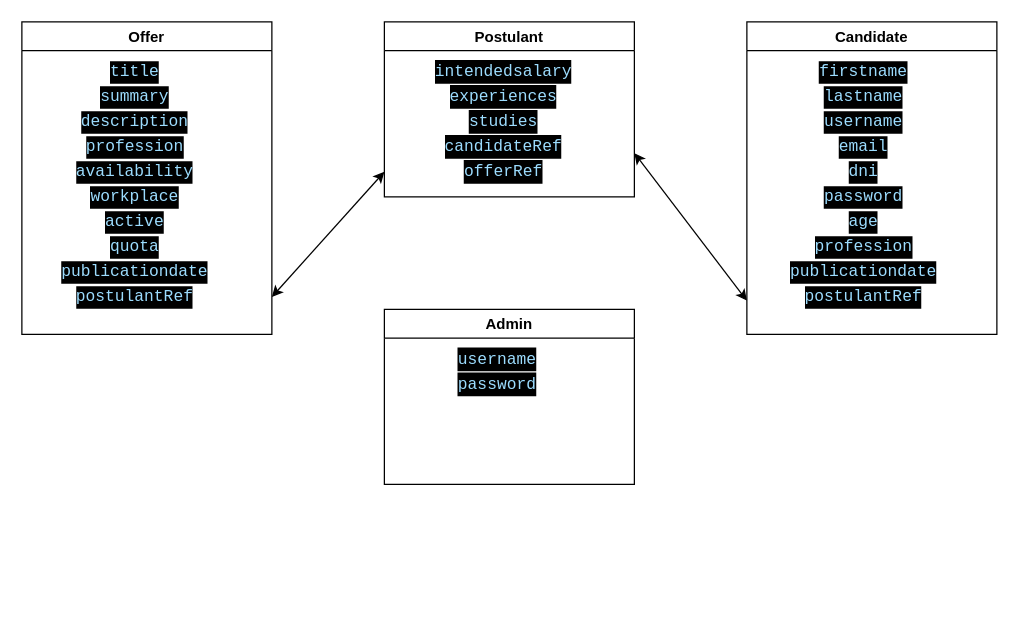
gcpadilla/rc-fullstack-8d-final-jobs keeps this draw.io diagram as backend/models.drawio. Above is the earlier version. Source tidied: cells renumbered, new cells numbered last; positions are measured from the earlier drawing's top-left corner, leaving out a move shared by most shapes. Both pictures are drawn from the tidied source at 125%, with x=0, y=0 at pixel (21, 21).
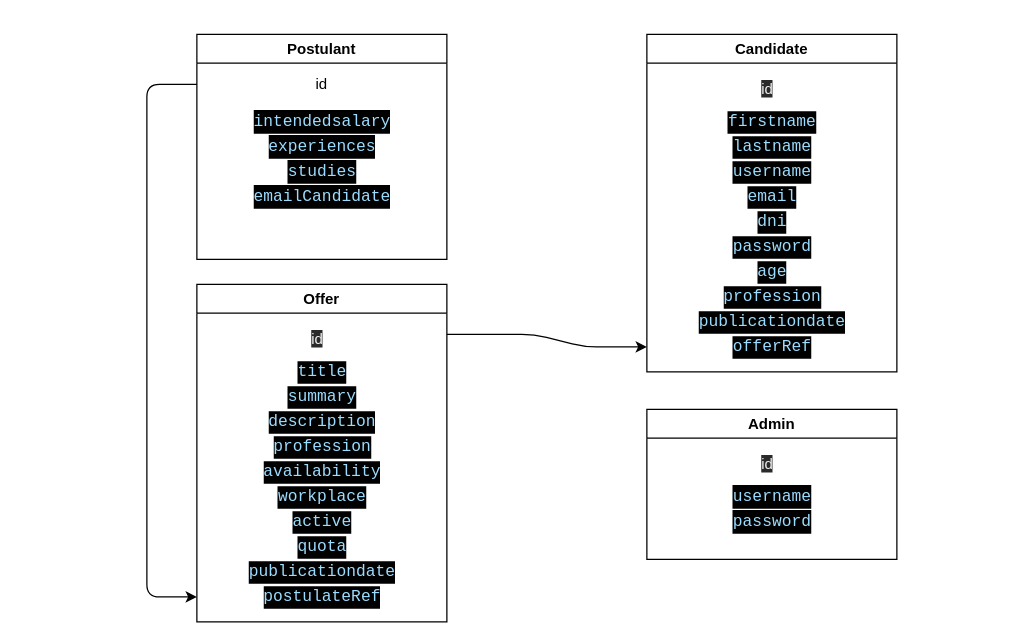
The same diagram, later.

The edit, as a diff of the source:
```diff
@@
     <mxCell id="2" value="Offer" style="swimlane;" parent="1" vertex="1">
-      <mxGeometry width="200" height="250" as="geometry" />
+      <mxGeometry x="140" y="210" width="200" height="270" as="geometry" />
     </mxCell>
     <mxCell id="3" value="&lt;div style=&quot;color: rgb(255 , 255 , 255) ; background-color: rgb(0 , 0 , 0) ; font-family: &amp;#34;fira code retina&amp;#34; , &amp;#34;consolas&amp;#34; , &amp;#34;courier new&amp;#34; , monospace ; font-size: 13px ; line-height: 18px&quot;&gt;&lt;span style=&quot;color: #9cdcfe&quot;&gt;summary&lt;/span&gt;&lt;/div&gt;" style="text;html=1;align=center;verticalAlign=middle;" parent="2" vertex="1">
-      <mxGeometry x="55" y="50" width="70" height="20" as="geometry" />
+      <mxGeometry x="65" y="80" width="70" height="20" as="geometry" />
     </mxCell>
     <mxCell id="4" value="&lt;div style=&quot;color: rgb(255 , 255 , 255) ; background-color: rgb(0 , 0 , 0) ; font-family: &amp;#34;fira code retina&amp;#34; , &amp;#34;consolas&amp;#34; , &amp;#34;courier new&amp;#34; , monospace ; font-size: 13px ; line-height: 18px&quot;&gt;&lt;span style=&quot;color: #9cdcfe&quot;&gt;description&lt;/span&gt;&lt;/div&gt;" style="text;html=1;align=center;verticalAlign=middle;" parent="2" vertex="1">
-      <mxGeometry x="40" y="70" width="100" height="20" as="geometry" />
+      <mxGeometry x="50" y="100" width="100" height="20" as="geometry" />
     </mxCell>
     <mxCell id="5" value="&lt;div style=&quot;color: rgb(255 , 255 , 255) ; background-color: rgb(0 , 0 , 0) ; font-family: &amp;#34;fira code retina&amp;#34; , &amp;#34;consolas&amp;#34; , &amp;#34;courier new&amp;#34; , monospace ; font-size: 13px ; line-height: 18px&quot;&gt;&lt;span style=&quot;color: #9cdcfe&quot;&gt;title&lt;/span&gt;&lt;/div&gt;" style="text;html=1;align=center;verticalAlign=middle;" parent="2" vertex="1">
-      <mxGeometry x="60" y="30" width="60" height="20" as="geometry" />
+      <mxGeometry x="70" y="60" width="60" height="20" as="geometry" />
     </mxCell>
     <mxCell id="6" value="&lt;div style=&quot;color: rgb(255 , 255 , 255) ; background-color: rgb(0 , 0 , 0) ; font-family: &amp;#34;fira code retina&amp;#34; , &amp;#34;consolas&amp;#34; , &amp;#34;courier new&amp;#34; , monospace ; font-size: 13px ; line-height: 18px&quot;&gt;&lt;span style=&quot;color: #9cdcfe&quot;&gt;profession&lt;/span&gt;&lt;/div&gt;" style="text;html=1;align=center;verticalAlign=middle;" parent="2" vertex="1">
-      <mxGeometry x="40" y="90" width="100" height="20" as="geometry" />
+      <mxGeometry x="50" y="120" width="100" height="20" as="geometry" />
     </mxCell>
     <mxCell id="7" value="&lt;div style=&quot;color: rgb(255 , 255 , 255) ; background-color: rgb(0 , 0 , 0) ; font-family: &amp;#34;fira code retina&amp;#34; , &amp;#34;consolas&amp;#34; , &amp;#34;courier new&amp;#34; , monospace ; font-size: 13px ; line-height: 18px&quot;&gt;&lt;span style=&quot;color: #9cdcfe&quot;&gt;availability&lt;/span&gt;&lt;/div&gt;" style="text;html=1;align=center;verticalAlign=middle;" parent="2" vertex="1">
-      <mxGeometry x="35" y="110" width="110" height="20" as="geometry" />
+      <mxGeometry x="45" y="140" width="110" height="20" as="geometry" />
     </mxCell>
     <mxCell id="8" value="&lt;div style=&quot;color: rgb(255 , 255 , 255) ; background-color: rgb(0 , 0 , 0) ; font-family: &amp;#34;fira code retina&amp;#34; , &amp;#34;consolas&amp;#34; , &amp;#34;courier new&amp;#34; , monospace ; font-size: 13px ; line-height: 18px&quot;&gt;&lt;span style=&quot;color: #9cdcfe&quot;&gt;workplace&lt;/span&gt;&lt;/div&gt;" style="text;html=1;align=center;verticalAlign=middle;" parent="2" vertex="1">
-      <mxGeometry x="45" y="130" width="90" height="20" as="geometry" />
+      <mxGeometry x="55" y="160" width="90" height="20" as="geometry" />
     </mxCell>
     <mxCell id="9" value="&lt;div style=&quot;color: rgb(255 , 255 , 255) ; background-color: rgb(0 , 0 , 0) ; font-family: &amp;#34;fira code retina&amp;#34; , &amp;#34;consolas&amp;#34; , &amp;#34;courier new&amp;#34; , monospace ; font-size: 13px ; line-height: 18px&quot;&gt;&lt;span style=&quot;color: #9cdcfe&quot;&gt;active&lt;/span&gt;&lt;/div&gt;" style="text;html=1;align=center;verticalAlign=middle;" parent="2" vertex="1">
-      <mxGeometry x="60" y="150" width="60" height="20" as="geometry" />
+      <mxGeometry x="70" y="180" width="60" height="20" as="geometry" />
     </mxCell>
     <mxCell id="10" value="&lt;div style=&quot;color: rgb(255 , 255 , 255) ; background-color: rgb(0 , 0 , 0) ; font-family: &amp;#34;fira code retina&amp;#34; , &amp;#34;consolas&amp;#34; , &amp;#34;courier new&amp;#34; , monospace ; font-size: 13px ; line-height: 18px&quot;&gt;&lt;span style=&quot;color: #9cdcfe&quot;&gt;quota&lt;/span&gt;&lt;/div&gt;" style="text;html=1;align=center;verticalAlign=middle;" parent="2" vertex="1">
-      <mxGeometry x="60" y="170" width="60" height="20" as="geometry" />
+      <mxGeometry x="70" y="200" width="60" height="20" as="geometry" />
     </mxCell>
     <mxCell id="11" value="&lt;div style=&quot;color: rgb(255 , 255 , 255) ; background-color: rgb(0 , 0 , 0) ; font-family: &amp;#34;fira code retina&amp;#34; , &amp;#34;consolas&amp;#34; , &amp;#34;courier new&amp;#34; , monospace ; font-size: 13px ; line-height: 18px&quot;&gt;&lt;span style=&quot;color: #9cdcfe&quot;&gt;publicationdate&lt;/span&gt;&lt;/div&gt;" style="text;html=1;align=center;verticalAlign=middle;" parent="2" vertex="1">
-      <mxGeometry x="20" y="190" width="140" height="20" as="geometry" />
+      <mxGeometry x="30" y="220" width="140" height="20" as="geometry" />
     </mxCell>
-    <mxCell id="12" value="&lt;div style=&quot;color: rgb(255 , 255 , 255) ; background-color: rgb(0 , 0 , 0) ; font-family: &amp;#34;fira code retina&amp;#34; , &amp;#34;consolas&amp;#34; , &amp;#34;courier new&amp;#34; , monospace ; font-size: 13px ; line-height: 18px&quot;&gt;&lt;span style=&quot;color: #9cdcfe&quot;&gt;postulantRef&lt;/span&gt;&lt;/div&gt;" style="text;html=1;align=center;verticalAlign=middle;" parent="2" vertex="1">
-      <mxGeometry x="35" y="210" width="110" height="20" as="geometry" />
-    </mxCell>
+    <mxCell id="35" value="&lt;span style=&quot;color: rgb(240, 240, 240); font-family: Helvetica; font-size: 12px; font-style: normal; font-variant-ligatures: normal; font-variant-caps: normal; font-weight: 400; letter-spacing: normal; orphans: 2; text-align: center; text-indent: 0px; text-transform: none; widows: 2; word-spacing: 0px; -webkit-text-stroke-width: 0px; background-color: rgb(42, 42, 42); text-decoration-style: initial; text-decoration-color: initial; float: none; display: inline !important;&quot;&gt;id&lt;/span&gt;" style="text;whiteSpace=wrap;html=1;" parent="2" vertex="1">
+      <mxGeometry x="90" y="30" width="30" height="30" as="geometry" />
+    </mxCell>
+    <mxCell id="36" value="&lt;div style=&quot;color: rgb(255 , 255 , 255) ; background-color: rgb(0 , 0 , 0) ; font-family: &amp;#34;fira code retina&amp;#34; , &amp;#34;consolas&amp;#34; , &amp;#34;courier new&amp;#34; , monospace ; font-size: 13px ; line-height: 18px&quot;&gt;&lt;span style=&quot;color: #9cdcfe&quot;&gt;postulateRef&lt;/span&gt;&lt;/div&gt;" style="text;html=1;align=center;verticalAlign=middle;" parent="2" vertex="1">
+      <mxGeometry x="45" y="240" width="110" height="20" as="geometry" />
+    </mxCell>
     <mxCell id="13" value="Postulant" style="swimlane;" parent="1" vertex="1">
-      <mxGeometry x="290" width="200" height="140" as="geometry" />
+      <mxGeometry x="140" y="10" width="200" height="180" as="geometry" />
     </mxCell>
     <mxCell id="14" value="&lt;div style=&quot;background-color: rgb(0 , 0 , 0) ; line-height: 18px&quot;&gt;&lt;font color=&quot;#9cdcfe&quot; face=&quot;fira code retina, consolas, courier new, monospace&quot;&gt;&lt;span style=&quot;font-size: 13px&quot;&gt;experiences&lt;/span&gt;&lt;/font&gt;&lt;br&gt;&lt;/div&gt;" style="text;html=1;align=center;verticalAlign=middle;" parent="13" vertex="1">
-      <mxGeometry x="45" y="50" width="100" height="20" as="geometry" />
+      <mxGeometry x="50" y="80" width="100" height="20" as="geometry" />
     </mxCell>
     <mxCell id="15" value="&lt;div style=&quot;background-color: rgb(0 , 0 , 0) ; line-height: 18px&quot;&gt;&lt;font color=&quot;#9cdcfe&quot; face=&quot;fira code retina, consolas, courier new, monospace&quot;&gt;&lt;span style=&quot;font-size: 13px&quot;&gt;studies&lt;/span&gt;&lt;/font&gt;&lt;br&gt;&lt;/div&gt;" style="text;html=1;align=center;verticalAlign=middle;" parent="13" vertex="1">
-      <mxGeometry x="60" y="70" width="70" height="20" as="geometry" />
+      <mxGeometry x="65" y="100" width="70" height="20" as="geometry" />
     </mxCell>
     <mxCell id="16" value="&lt;div style=&quot;background-color: rgb(0 , 0 , 0) ; line-height: 18px&quot;&gt;&lt;font color=&quot;#9cdcfe&quot; face=&quot;fira code retina, consolas, courier new, monospace&quot;&gt;&lt;span style=&quot;font-size: 13px&quot;&gt;intendedsalary&lt;/span&gt;&lt;/font&gt;&lt;br&gt;&lt;/div&gt;" style="text;html=1;align=center;verticalAlign=middle;" parent="13" vertex="1">
-      <mxGeometry x="30" y="30" width="130" height="20" as="geometry" />
+      <mxGeometry x="35" y="60" width="130" height="20" as="geometry" />
     </mxCell>
-    <mxCell id="17" value="&lt;div style=&quot;background-color: rgb(0 , 0 , 0) ; line-height: 18px&quot;&gt;&lt;span style=&quot;color: rgb(156 , 220 , 254) ; font-family: &amp;#34;fira code retina&amp;#34; , &amp;#34;consolas&amp;#34; , &amp;#34;courier new&amp;#34; , monospace ; font-size: 13px&quot;&gt;candidateRef&lt;/span&gt;&lt;br&gt;&lt;/div&gt;" style="text;html=1;align=center;verticalAlign=middle;" parent="13" vertex="1">
-      <mxGeometry x="40" y="90" width="110" height="20" as="geometry" />
-    </mxCell>
-    <mxCell id="18" value="&lt;div style=&quot;background-color: rgb(0 , 0 , 0) ; line-height: 18px&quot;&gt;&lt;span style=&quot;color: rgb(156 , 220 , 254) ; font-family: &amp;#34;fira code retina&amp;#34; , &amp;#34;consolas&amp;#34; , &amp;#34;courier new&amp;#34; , monospace ; font-size: 13px&quot;&gt;offerRef&lt;/span&gt;&lt;br&gt;&lt;/div&gt;" style="text;html=1;align=center;verticalAlign=middle;" parent="13" vertex="1">
-      <mxGeometry x="55" y="110" width="80" height="20" as="geometry" />
-    </mxCell>
+    <mxCell id="37" value="id" style="text;html=1;strokeColor=none;fillColor=none;align=center;verticalAlign=middle;whiteSpace=wrap;rounded=0;" parent="13" vertex="1">
+      <mxGeometry x="80" y="30" width="40" height="20" as="geometry" />
+    </mxCell>
+    <mxCell id="38" value="&lt;div style=&quot;background-color: rgb(0 , 0 , 0) ; line-height: 18px&quot;&gt;&lt;font color=&quot;#9cdcfe&quot; face=&quot;fira code retina, consolas, courier new, monospace&quot;&gt;&lt;span style=&quot;font-size: 13px&quot;&gt;emailCandidate&lt;/span&gt;&lt;/font&gt;&lt;br&gt;&lt;/div&gt;" style="text;html=1;align=center;verticalAlign=middle;" parent="13" vertex="1">
+      <mxGeometry x="35" y="120" width="130" height="20" as="geometry" />
+    </mxCell>
     <mxCell id="19" value="Candidate" style="swimlane;" parent="1" vertex="1">
-      <mxGeometry x="580" width="200" height="250" as="geometry" />
+      <mxGeometry x="500" y="10" width="200" height="270" as="geometry" />
     </mxCell>
     <mxCell id="20" value="&lt;div style=&quot;color: rgb(255 , 255 , 255) ; background-color: rgb(0 , 0 , 0) ; font-family: &amp;#34;fira code retina&amp;#34; , &amp;#34;consolas&amp;#34; , &amp;#34;courier new&amp;#34; , monospace ; font-size: 13px ; line-height: 18px&quot;&gt;&lt;div style=&quot;font-family: &amp;#34;fira code retina&amp;#34; , &amp;#34;consolas&amp;#34; , &amp;#34;courier new&amp;#34; , monospace ; line-height: 18px&quot;&gt;&lt;span style=&quot;color: #9cdcfe&quot;&gt;lastname&lt;/span&gt;&lt;/div&gt;&lt;/div&gt;" style="text;html=1;align=center;verticalAlign=middle;" parent="19" vertex="1">
-      <mxGeometry x="53" y="50" width="80" height="20" as="geometry" />
+      <mxGeometry x="60" y="80" width="80" height="20" as="geometry" />
     </mxCell>
     <mxCell id="21" value="&lt;div style=&quot;color: rgb(255 , 255 , 255) ; background-color: rgb(0 , 0 , 0) ; font-family: &amp;#34;fira code retina&amp;#34; , &amp;#34;consolas&amp;#34; , &amp;#34;courier new&amp;#34; , monospace ; font-size: 13px ; line-height: 18px&quot;&gt;&lt;div style=&quot;font-family: &amp;#34;fira code retina&amp;#34; , &amp;#34;consolas&amp;#34; , &amp;#34;courier new&amp;#34; , monospace ; line-height: 18px&quot;&gt;&lt;span style=&quot;color: #9cdcfe&quot;&gt;username&lt;/span&gt;&lt;/div&gt;&lt;/div&gt;" style="text;html=1;align=center;verticalAlign=middle;" parent="19" vertex="1">
-      <mxGeometry x="53" y="70" width="80" height="20" as="geometry" />
+      <mxGeometry x="60" y="100" width="80" height="20" as="geometry" />
     </mxCell>
     <mxCell id="22" value="&lt;div style=&quot;color: rgb(255 , 255 , 255) ; background-color: rgb(0 , 0 , 0) ; font-family: &amp;#34;fira code retina&amp;#34; , &amp;#34;consolas&amp;#34; , &amp;#34;courier new&amp;#34; , monospace ; font-size: 13px ; line-height: 18px&quot;&gt;&lt;div style=&quot;font-family: &amp;#34;fira code retina&amp;#34; , &amp;#34;consolas&amp;#34; , &amp;#34;courier new&amp;#34; , monospace ; line-height: 18px&quot;&gt;&lt;span style=&quot;color: #9cdcfe&quot;&gt;firstname&lt;/span&gt;&lt;/div&gt;&lt;/div&gt;" style="text;html=1;align=center;verticalAlign=middle;" parent="19" vertex="1">
-      <mxGeometry x="48" y="30" width="90" height="20" as="geometry" />
+      <mxGeometry x="55" y="60" width="90" height="20" as="geometry" />
     </mxCell>
     <mxCell id="23" value="&lt;div style=&quot;color: rgb(255 , 255 , 255) ; background-color: rgb(0 , 0 , 0) ; font-family: &amp;#34;fira code retina&amp;#34; , &amp;#34;consolas&amp;#34; , &amp;#34;courier new&amp;#34; , monospace ; font-size: 13px ; line-height: 18px&quot;&gt;&lt;div style=&quot;font-family: &amp;#34;fira code retina&amp;#34; , &amp;#34;consolas&amp;#34; , &amp;#34;courier new&amp;#34; , monospace ; line-height: 18px&quot;&gt;&lt;span style=&quot;color: #9cdcfe&quot;&gt;email&lt;/span&gt;&lt;/div&gt;&lt;/div&gt;" style="text;html=1;align=center;verticalAlign=middle;" parent="19" vertex="1">
-      <mxGeometry x="63" y="90" width="60" height="20" as="geometry" />
+      <mxGeometry x="70" y="120" width="60" height="20" as="geometry" />
     </mxCell>
     <mxCell id="24" value="&lt;div style=&quot;color: rgb(255 , 255 , 255) ; background-color: rgb(0 , 0 , 0) ; font-family: &amp;#34;fira code retina&amp;#34; , &amp;#34;consolas&amp;#34; , &amp;#34;courier new&amp;#34; , monospace ; font-size: 13px ; line-height: 18px&quot;&gt;&lt;div style=&quot;font-family: &amp;#34;fira code retina&amp;#34; , &amp;#34;consolas&amp;#34; , &amp;#34;courier new&amp;#34; , monospace ; line-height: 18px&quot;&gt;&lt;span style=&quot;color: #9cdcfe&quot;&gt;dni&lt;/span&gt;&lt;/div&gt;&lt;/div&gt;" style="text;html=1;align=center;verticalAlign=middle;" parent="19" vertex="1">
-      <mxGeometry x="73" y="110" width="40" height="20" as="geometry" />
+      <mxGeometry x="80" y="140" width="40" height="20" as="geometry" />
     </mxCell>
     <mxCell id="25" value="&lt;div style=&quot;color: rgb(255 , 255 , 255) ; background-color: rgb(0 , 0 , 0) ; font-family: &amp;#34;fira code retina&amp;#34; , &amp;#34;consolas&amp;#34; , &amp;#34;courier new&amp;#34; , monospace ; font-size: 13px ; line-height: 18px&quot;&gt;&lt;div style=&quot;font-family: &amp;#34;fira code retina&amp;#34; , &amp;#34;consolas&amp;#34; , &amp;#34;courier new&amp;#34; , monospace ; line-height: 18px&quot;&gt;&lt;span style=&quot;color: #9cdcfe&quot;&gt;password&lt;/span&gt;&lt;/div&gt;&lt;/div&gt;" style="text;html=1;align=center;verticalAlign=middle;" parent="19" vertex="1">
-      <mxGeometry x="53" y="130" width="80" height="20" as="geometry" />
+      <mxGeometry x="60" y="160" width="80" height="20" as="geometry" />
     </mxCell>
     <mxCell id="26" value="&lt;div style=&quot;color: rgb(255 , 255 , 255) ; background-color: rgb(0 , 0 , 0) ; font-family: &amp;#34;fira code retina&amp;#34; , &amp;#34;consolas&amp;#34; , &amp;#34;courier new&amp;#34; , monospace ; font-size: 13px ; line-height: 18px&quot;&gt;&lt;div style=&quot;font-family: &amp;#34;fira code retina&amp;#34; , &amp;#34;consolas&amp;#34; , &amp;#34;courier new&amp;#34; , monospace ; line-height: 18px&quot;&gt;&lt;span style=&quot;color: #9cdcfe&quot;&gt;age&lt;/span&gt;&lt;/div&gt;&lt;/div&gt;" style="text;html=1;align=center;verticalAlign=middle;" parent="19" vertex="1">
-      <mxGeometry x="73" y="150" width="40" height="20" as="geometry" />
+      <mxGeometry x="80" y="180" width="40" height="20" as="geometry" />
     </mxCell>
     <mxCell id="27" value="&lt;div style=&quot;color: rgb(255 , 255 , 255) ; background-color: rgb(0 , 0 , 0) ; font-family: &amp;#34;fira code retina&amp;#34; , &amp;#34;consolas&amp;#34; , &amp;#34;courier new&amp;#34; , monospace ; font-size: 13px ; line-height: 18px&quot;&gt;&lt;div style=&quot;font-family: &amp;#34;fira code retina&amp;#34; , &amp;#34;consolas&amp;#34; , &amp;#34;courier new&amp;#34; , monospace ; line-height: 18px&quot;&gt;&lt;span style=&quot;color: #9cdcfe&quot;&gt;profession&lt;/span&gt;&lt;/div&gt;&lt;/div&gt;" style="text;html=1;align=center;verticalAlign=middle;" parent="19" vertex="1">
-      <mxGeometry x="43" y="170" width="100" height="20" as="geometry" />
+      <mxGeometry x="50" y="200" width="100" height="20" as="geometry" />
     </mxCell>
     <mxCell id="28" value="&lt;div style=&quot;color: rgb(255 , 255 , 255) ; background-color: rgb(0 , 0 , 0) ; font-family: &amp;#34;fira code retina&amp;#34; , &amp;#34;consolas&amp;#34; , &amp;#34;courier new&amp;#34; , monospace ; font-size: 13px ; line-height: 18px&quot;&gt;&lt;span style=&quot;color: #9cdcfe&quot;&gt;publicationdate&lt;/span&gt;&lt;/div&gt;" style="text;html=1;align=center;verticalAlign=middle;" parent="19" vertex="1">
-      <mxGeometry x="23" y="190" width="140" height="20" as="geometry" />
+      <mxGeometry x="30" y="220" width="140" height="20" as="geometry" />
     </mxCell>
-    <mxCell id="29" value="&lt;div style=&quot;color: rgb(255 , 255 , 255) ; background-color: rgb(0 , 0 , 0) ; font-family: &amp;#34;fira code retina&amp;#34; , &amp;#34;consolas&amp;#34; , &amp;#34;courier new&amp;#34; , monospace ; font-size: 13px ; line-height: 18px&quot;&gt;&lt;div style=&quot;font-family: &amp;#34;fira code retina&amp;#34; , &amp;#34;consolas&amp;#34; , &amp;#34;courier new&amp;#34; , monospace ; line-height: 18px&quot;&gt;&lt;span style=&quot;color: rgb(156 , 220 , 254)&quot;&gt;postulantRef&lt;/span&gt;&lt;br&gt;&lt;/div&gt;&lt;/div&gt;" style="text;html=1;align=center;verticalAlign=middle;" parent="19" vertex="1">
-      <mxGeometry x="38" y="210" width="110" height="20" as="geometry" />
+    <mxCell id="29" value="&lt;div style=&quot;color: rgb(255 , 255 , 255) ; background-color: rgb(0 , 0 , 0) ; font-family: &amp;#34;fira code retina&amp;#34; , &amp;#34;consolas&amp;#34; , &amp;#34;courier new&amp;#34; , monospace ; font-size: 13px ; line-height: 18px&quot;&gt;&lt;div style=&quot;font-family: &amp;#34;fira code retina&amp;#34; , &amp;#34;consolas&amp;#34; , &amp;#34;courier new&amp;#34; , monospace ; line-height: 18px&quot;&gt;&lt;span style=&quot;color: rgb(156 , 220 , 254)&quot;&gt;offerRef&lt;/span&gt;&lt;br&gt;&lt;/div&gt;&lt;/div&gt;" style="text;html=1;align=center;verticalAlign=middle;" parent="19" vertex="1">
+      <mxGeometry x="60" y="240" width="80" height="20" as="geometry" />
     </mxCell>
-    <mxCell id="30" style="endArrow=classic;startArrow=classic;html=1;" parent="1" edge="1">
-      <mxGeometry relative="1" as="geometry">
-        <mxPoint x="200" y="220" as="sourcePoint" />
-        <mxPoint x="290" y="120" as="targetPoint" />
-      </mxGeometry>
-    </mxCell>
-    <mxCell id="31" style="endArrow=classic;startArrow=classic;html=1;exitX=1;exitY=0.75;exitDx=0;exitDy=0;" parent="1" edge="1" source="13">
-      <mxGeometry relative="1" as="geometry">
-        <mxPoint x="580" y="223" as="targetPoint" />
-      </mxGeometry>
-    </mxCell>
+    <mxCell id="39" value="&lt;span style=&quot;color: rgb(240, 240, 240); font-family: Helvetica; font-size: 12px; font-style: normal; font-variant-ligatures: normal; font-variant-caps: normal; font-weight: 400; letter-spacing: normal; orphans: 2; text-align: center; text-indent: 0px; text-transform: none; widows: 2; word-spacing: 0px; -webkit-text-stroke-width: 0px; background-color: rgb(42, 42, 42); text-decoration-style: initial; text-decoration-color: initial; float: none; display: inline !important;&quot;&gt;id&lt;/span&gt;" style="text;whiteSpace=wrap;html=1;" parent="19" vertex="1">
+      <mxGeometry x="90" y="30" width="30" height="30" as="geometry" />
+    </mxCell>
     <mxCell id="32" value="Admin" style="swimlane;" parent="1" vertex="1">
-      <mxGeometry x="290" y="230" width="200" height="140" as="geometry" />
+      <mxGeometry x="500" y="310" width="200" height="120" as="geometry" />
     </mxCell>
     <mxCell id="33" value="&lt;div style=&quot;background-color: rgb(0 , 0 , 0) ; line-height: 18px&quot;&gt;&lt;font color=&quot;#9cdcfe&quot; face=&quot;fira code retina, consolas, courier new, monospace&quot;&gt;&lt;span style=&quot;font-size: 13px&quot;&gt;password&lt;/span&gt;&lt;/font&gt;&lt;br&gt;&lt;/div&gt;" style="text;html=1;align=center;verticalAlign=middle;" parent="32" vertex="1">
-      <mxGeometry x="50" y="50" width="80" height="20" as="geometry" />
+      <mxGeometry x="60" y="80" width="80" height="20" as="geometry" />
     </mxCell>
     <mxCell id="34" value="&lt;div style=&quot;background-color: rgb(0 , 0 , 0) ; line-height: 18px&quot;&gt;&lt;font color=&quot;#9cdcfe&quot; face=&quot;fira code retina, consolas, courier new, monospace&quot;&gt;&lt;span style=&quot;font-size: 13px&quot;&gt;username&lt;/span&gt;&lt;/font&gt;&lt;br&gt;&lt;/div&gt;" style="text;html=1;align=center;verticalAlign=middle;" parent="32" vertex="1">
-      <mxGeometry x="50" y="30" width="80" height="20" as="geometry" />
+      <mxGeometry x="60" y="60" width="80" height="20" as="geometry" />
     </mxCell>
+    <mxCell id="40" value="&lt;span style=&quot;color: rgb(240, 240, 240); font-family: Helvetica; font-size: 12px; font-style: normal; font-variant-ligatures: normal; font-variant-caps: normal; font-weight: 400; letter-spacing: normal; orphans: 2; text-align: center; text-indent: 0px; text-transform: none; widows: 2; word-spacing: 0px; -webkit-text-stroke-width: 0px; background-color: rgb(42, 42, 42); text-decoration-style: initial; text-decoration-color: initial; float: none; display: inline !important;&quot;&gt;id&lt;/span&gt;" style="text;whiteSpace=wrap;html=1;" parent="32" vertex="1">
+      <mxGeometry x="90" y="30" width="30" height="30" as="geometry" />
+    </mxCell>
+    <mxCell id="41" style="endArrow=classic;html=1;" parent="1" edge="1">
+      <mxGeometry relative="1" as="geometry">
+        <mxPoint x="340" y="250" as="sourcePoint" />
+        <mxPoint x="500" y="260" as="targetPoint" />
+        <Array as="points">
+          <mxPoint x="410" y="250" />
+          <mxPoint x="450" y="260" />
+        </Array>
+      </mxGeometry>
+    </mxCell>
+    <mxCell id="42" style="endArrow=classic;html=1;" parent="1" edge="1">
+      <mxGeometry relative="1" as="geometry">
+        <mxPoint x="140" y="50" as="sourcePoint" />
+        <mxPoint x="140" y="460" as="targetPoint" />
+        <Array as="points">
+          <mxPoint x="100" y="50" />
+          <mxPoint x="100" y="460" />
+        </Array>
+      </mxGeometry>
+    </mxCell>
```
